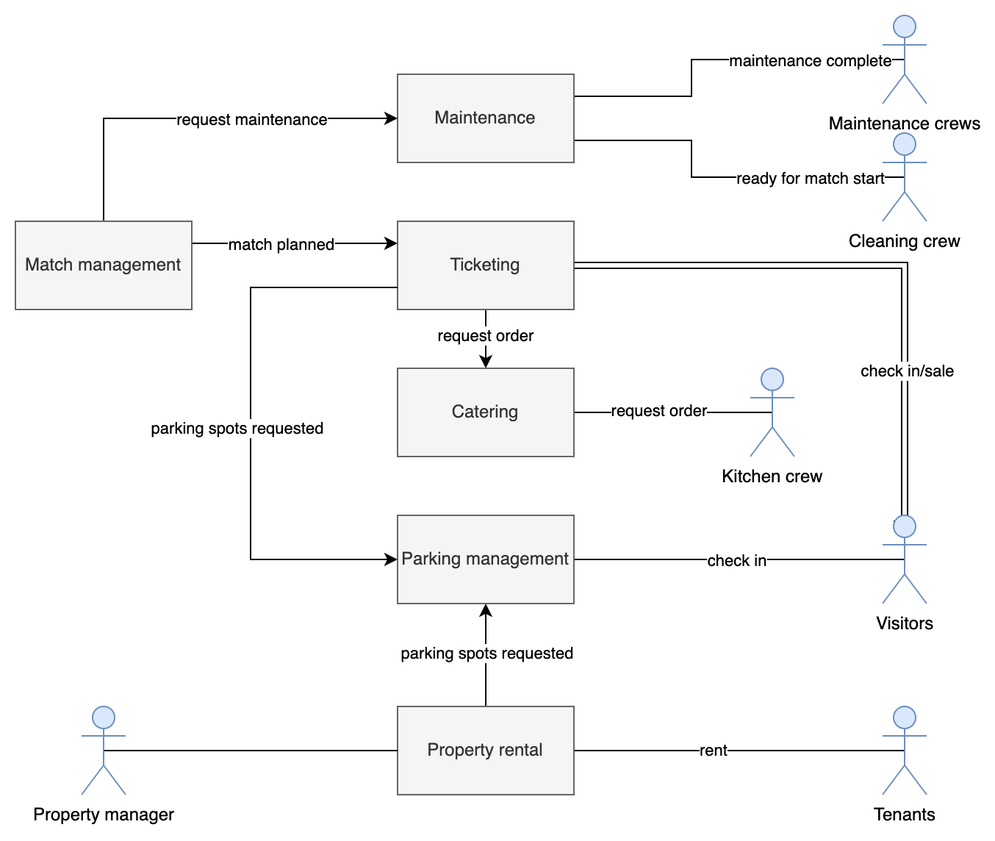
martijnmeeldijk/fc-smal keeps this draw.io diagram as service_diagram.png. Above is the earlier version. Source tidied: cells renumbered, new cells last; positions are measured from the earlier drawing's top-left corner, leaving out a move shared by most shapes.
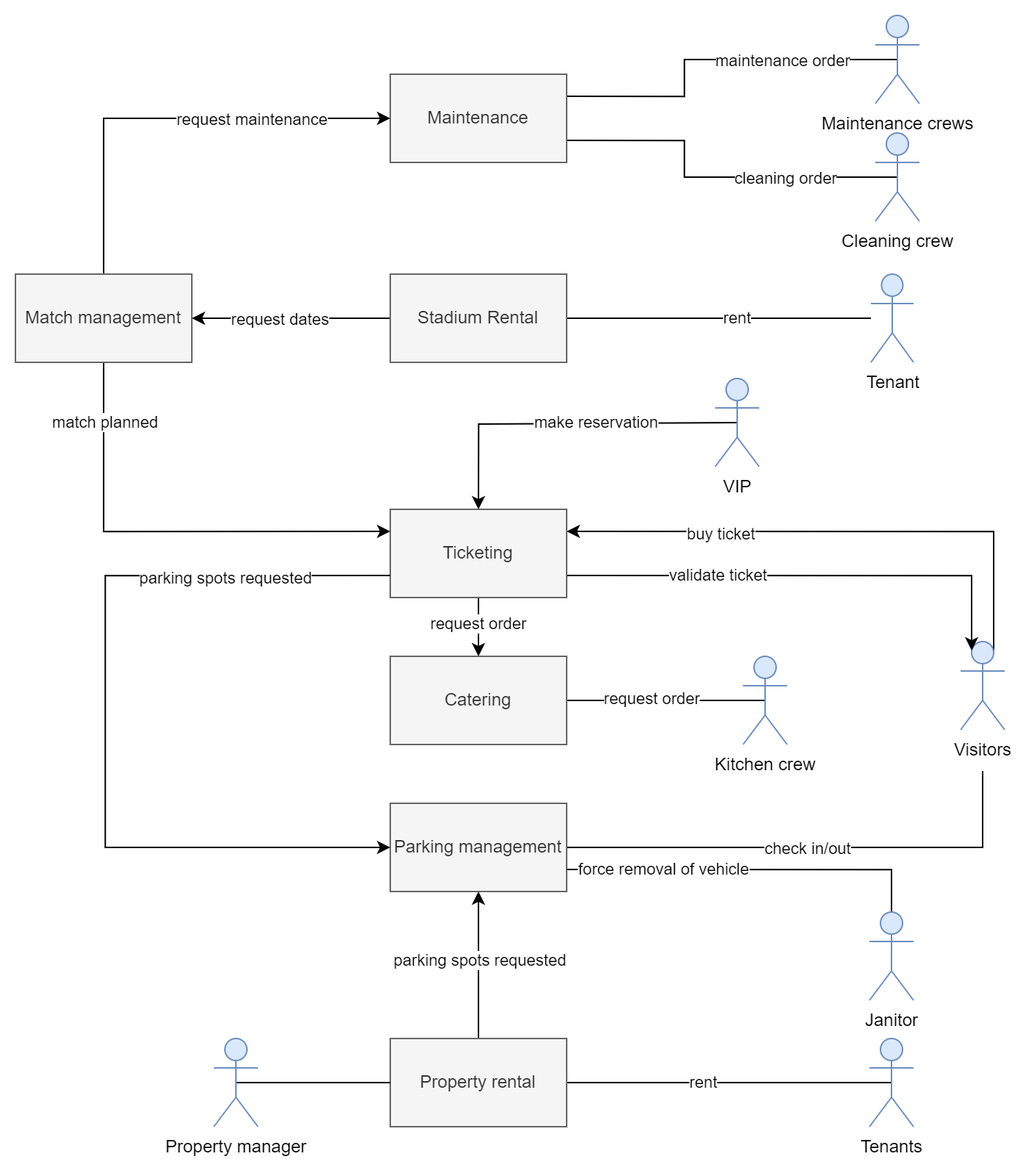
The same file after the commit.

Diff of the diagram source:
```diff
@@ -2,65 +2,63 @@
   <root>
     <mxCell id="0" />
     <mxCell id="1" parent="0" />
-    <mxCell id="2" style="edgeStyle=orthogonalEdgeStyle;rounded=0;jettySize=auto;html=1;exitX=0.25;exitY=0.1;exitDx=0;exitDy=0;exitPerimeter=0;entryX=1;entryY=0.5;entryDx=0;entryDy=0;endArrow=none;endFill=0;shape=link;" parent="1" edge="1" source="6" target="22">
-      <mxGeometry relative="1" as="geometry">
-        <Array as="points">
-          <mxPoint x="605" y="346" />
-          <mxPoint x="605" y="170" />
-        </Array>
-      </mxGeometry>
-    </mxCell>
-    <mxCell id="3" value="check in/sale" style="edgeLabel;html=1;align=center;verticalAlign=middle;" parent="2" vertex="1">
-      <mxGeometry x="-0.45" relative="1" as="geometry">
-        <mxPoint x="1" as="offset" />
-      </mxGeometry>
-    </mxCell>
-    <mxCell id="4" style="edgeStyle=orthogonalEdgeStyle;rounded=0;jettySize=auto;html=1;exitX=0.5;exitY=0.5;exitDx=0;exitDy=0;exitPerimeter=0;entryX=1;entryY=0.5;entryDx=0;entryDy=0;endArrow=none;endFill=0;" parent="1" edge="1" source="6" target="16">
+    <mxCell id="4" style="edgeStyle=orthogonalEdgeStyle;rounded=0;jettySize=auto;html=1;entryX=1;entryY=0.5;entryDx=0;entryDy=0;endArrow=none;endFill=0;" parent="1" edge="1" target="16">
       <mxGeometry relative="1" as="geometry">
+        <mxPoint x="663" y="186" as="sourcePoint" />
         <Array as="points">
-          <mxPoint x="605" y="370" />
+          <mxPoint x="663" y="238" />
         </Array>
       </mxGeometry>
     </mxCell>
-    <mxCell id="5" value="check in" style="edgeLabel;html=1;align=center;verticalAlign=middle;" parent="4" vertex="1">
+    <mxCell id="5" value="check in/out" style="edgeLabel;html=1;align=center;verticalAlign=middle;" parent="4" vertex="1">
       <mxGeometry x="-0.39" y="-1" relative="1" as="geometry">
-        <mxPoint x="-46" y="1" as="offset" />
+        <mxPoint x="-69" y="1" as="offset" />
       </mxGeometry>
     </mxCell>
+    <mxCell id="2" style="edgeStyle=orthogonalEdgeStyle;rounded=0;jettySize=auto;html=1;exitX=0.75;exitY=0.1;exitDx=0;exitDy=0;exitPerimeter=0;entryX=1;entryY=0.25;entryDx=0;entryDy=0;" parent="1" edge="1" source="6" target="22">
+      <mxGeometry relative="1" as="geometry">
+        <Array as="points">
+          <mxPoint x="671" y="23" />
+        </Array>
+      </mxGeometry>
+    </mxCell>
+    <mxCell id="37" value="buy ticket" style="edgeLabel;html=1;align=center;verticalAlign=middle;" parent="2" vertex="1">
+      <mxGeometry x="0.44" y="1" relative="1" as="geometry" />
+    </mxCell>
     <mxCell id="6" value="Visitors" style="shape=umlActor;verticalLabelPosition=bottom;verticalAlign=top;html=1;outlineConnect=0;fillColor=#dae8fc;strokeColor=#6c8ebf;" parent="1" vertex="1">
-      <mxGeometry x="590" y="340" width="30" height="60" as="geometry" />
+      <mxGeometry x="648" y="98" width="30" height="60" as="geometry" />
     </mxCell>
     <mxCell id="7" style="edgeStyle=orthogonalEdgeStyle;rounded=0;jettySize=auto;html=1;exitX=0.5;exitY=0.5;exitDx=0;exitDy=0;exitPerimeter=0;entryX=1;entryY=0.75;entryDx=0;entryDy=0;endArrow=none;endFill=0;" parent="1" edge="1" source="9" target="23">
       <mxGeometry relative="1" as="geometry">
         <Array as="points">
-          <mxPoint x="460" y="110" />
-          <mxPoint x="460" y="85" />
+          <mxPoint x="460" y="-218" />
+          <mxPoint x="460" y="-243" />
         </Array>
       </mxGeometry>
     </mxCell>
-    <mxCell id="8" value="ready for match start" style="edgeLabel;html=1;align=center;verticalAlign=middle;" parent="7" vertex="1">
+    <mxCell id="8" value="cleaning order" style="edgeLabel;html=1;align=center;verticalAlign=middle;" parent="7" vertex="1">
       <mxGeometry x="-0.25" y="-2" relative="1" as="geometry">
-        <mxPoint x="29" y="2" as="offset" />
+        <mxPoint x="17" y="2" as="offset" />
       </mxGeometry>
     </mxCell>
     <mxCell id="9" value="Cleaning crew" style="shape=umlActor;verticalLabelPosition=bottom;verticalAlign=top;html=1;outlineConnect=0;fillColor=#dae8fc;strokeColor=#6c8ebf;" parent="1" vertex="1">
-      <mxGeometry x="590" y="80" width="30" height="60" as="geometry" />
+      <mxGeometry x="590" y="-248" width="30" height="60" as="geometry" />
     </mxCell>
     <mxCell id="10" style="edgeStyle=orthogonalEdgeStyle;rounded=0;jettySize=auto;html=1;exitX=0.5;exitY=0.5;exitDx=0;exitDy=0;exitPerimeter=0;entryX=1;entryY=0.25;entryDx=0;entryDy=0;endArrow=none;endFill=0;" parent="1" edge="1" source="12" target="23">
       <mxGeometry relative="1" as="geometry">
         <Array as="points">
-          <mxPoint x="460" y="30" />
-          <mxPoint x="460" y="55" />
+          <mxPoint x="460" y="-298" />
+          <mxPoint x="460" y="-273" />
         </Array>
       </mxGeometry>
     </mxCell>
-    <mxCell id="11" value="maintenance complete" style="edgeLabel;html=1;align=center;verticalAlign=middle;" parent="10" vertex="1">
+    <mxCell id="11" value="maintenance order" style="edgeLabel;html=1;align=center;verticalAlign=middle;" parent="10" vertex="1">
       <mxGeometry x="-0.18" y="-1" relative="1" as="geometry">
-        <mxPoint x="37" y="1" as="offset" />
+        <mxPoint x="23" y="1" as="offset" />
       </mxGeometry>
     </mxCell>
     <mxCell id="12" value="Maintenance crews" style="shape=umlActor;verticalLabelPosition=bottom;verticalAlign=top;html=1;outlineConnect=0;fillColor=#dae8fc;strokeColor=#6c8ebf;" parent="1" vertex="1">
-      <mxGeometry x="590" width="30" height="60" as="geometry" />
+      <mxGeometry x="590" y="-328" width="30" height="60" as="geometry" />
     </mxCell>
     <mxCell id="13" style="edgeStyle=orthogonalEdgeStyle;rounded=0;jettySize=auto;html=1;exitX=0.5;exitY=0.5;exitDx=0;exitDy=0;exitPerimeter=0;entryX=1;entryY=0.5;entryDx=0;entryDy=0;endArrow=none;endFill=0;" parent="1" edge="1" source="15" target="19">
       <mxGeometry relative="1" as="geometry" />
@@ -69,10 +67,10 @@
       <mxGeometry x="0.16" y="-1" relative="1" as="geometry" />
     </mxCell>
     <mxCell id="15" value="Tenants" style="shape=umlActor;verticalLabelPosition=bottom;verticalAlign=top;html=1;outlineConnect=0;fillColor=#dae8fc;strokeColor=#6c8ebf;" parent="1" vertex="1">
-      <mxGeometry x="590" y="470" width="30" height="60" as="geometry" />
+      <mxGeometry x="586" y="368" width="30" height="60" as="geometry" />
     </mxCell>
     <mxCell id="16" value="Parking management" style="rounded=0;whiteSpace=wrap;html=1;fillColor=#f5f5f5;fontColor=#333333;strokeColor=#666666;" parent="1" vertex="1">
-      <mxGeometry x="260" y="340" width="120" height="60" as="geometry" />
+      <mxGeometry x="260" y="208" width="120" height="60" as="geometry" />
     </mxCell>
     <mxCell id="17" style="edgeStyle=orthogonalEdgeStyle;rounded=0;jettySize=auto;html=1;exitX=0.5;exitY=0;exitDx=0;exitDy=0;entryX=0.5;entryY=1;entryDx=0;entryDy=0;endArrow=classic;endFill=1;" parent="1" edge="1" source="19" target="16">
       <mxGeometry relative="1" as="geometry" />
@@ -81,7 +79,7 @@
       <mxGeometry x="0.07" relative="1" as="geometry" />
     </mxCell>
     <mxCell id="19" value="Property rental" style="rounded=0;whiteSpace=wrap;html=1;fillColor=#f5f5f5;fontColor=#333333;strokeColor=#666666;" parent="1" vertex="1">
-      <mxGeometry x="260" y="470" width="120" height="60" as="geometry" />
+      <mxGeometry x="260" y="368" width="120" height="60" as="geometry" />
     </mxCell>
     <mxCell id="20" style="edgeStyle=orthogonalEdgeStyle;rounded=0;jettySize=auto;html=1;exitX=0.5;exitY=1;exitDx=0;exitDy=0;entryX=0.5;entryY=0;entryDx=0;entryDy=0;" parent="1" edge="1" source="22" target="33">
       <mxGeometry relative="1" as="geometry" />
@@ -89,43 +87,55 @@
     <mxCell id="21" value="request order" style="edgeLabel;html=1;align=center;verticalAlign=middle;" parent="20" vertex="1">
       <mxGeometry x="-0.15" y="-1" relative="1" as="geometry" />
     </mxCell>
+    <mxCell id="38" style="edgeStyle=orthogonalEdgeStyle;rounded=0;jettySize=auto;html=1;exitX=1;exitY=0.75;exitDx=0;exitDy=0;entryX=0.25;entryY=0.1;entryDx=0;entryDy=0;entryPerimeter=0;" parent="1" edge="1" source="22" target="6">
+      <mxGeometry relative="1" as="geometry">
+        <Array as="points">
+          <mxPoint x="656" y="53" />
+        </Array>
+      </mxGeometry>
+    </mxCell>
+    <mxCell id="39" value="validate ticket" style="edgeLabel;html=1;align=center;verticalAlign=middle;" parent="38" vertex="1">
+      <mxGeometry x="-0.49" y="3" relative="1" as="geometry">
+        <mxPoint x="19" y="2" as="offset" />
+      </mxGeometry>
+    </mxCell>
     <mxCell id="22" value="Ticketing" style="rounded=0;whiteSpace=wrap;html=1;fillColor=#f5f5f5;fontColor=#333333;strokeColor=#666666;" parent="1" vertex="1">
-      <mxGeometry x="260" y="140" width="120" height="60" as="geometry" />
+      <mxGeometry x="260" y="8" width="120" height="60" as="geometry" />
     </mxCell>
     <mxCell id="23" value="Maintenance" style="rounded=0;whiteSpace=wrap;html=1;fillColor=#f5f5f5;fontColor=#333333;strokeColor=#666666;" parent="1" vertex="1">
-      <mxGeometry x="260" y="40" width="120" height="60" as="geometry" />
+      <mxGeometry x="260" y="-288" width="120" height="60" as="geometry" />
     </mxCell>
     <mxCell id="24" style="edgeStyle=orthogonalEdgeStyle;rounded=0;jettySize=auto;html=1;exitX=0.5;exitY=0;exitDx=0;exitDy=0;entryX=0;entryY=0.5;entryDx=0;entryDy=0;endArrow=classic;endFill=1;" parent="1" edge="1" source="30" target="23">
       <mxGeometry relative="1" as="geometry" />
     </mxCell>
     <mxCell id="25" value="request maintenance" style="edgeLabel;html=1;align=center;verticalAlign=middle;" parent="24" vertex="1">
       <mxGeometry x="0.03" y="3" relative="1" as="geometry">
-        <mxPoint x="31" y="3" as="offset" />
+        <mxPoint x="51" y="3" as="offset" />
       </mxGeometry>
     </mxCell>
-    <mxCell id="26" style="edgeStyle=orthogonalEdgeStyle;rounded=0;jettySize=auto;html=1;exitX=1;exitY=0.25;exitDx=0;exitDy=0;entryX=0;entryY=0.25;entryDx=0;entryDy=0;endArrow=classic;endFill=1;" parent="1" edge="1" source="30" target="22">
+    <mxCell id="26" style="edgeStyle=orthogonalEdgeStyle;rounded=0;jettySize=auto;html=1;exitX=0.5;exitY=1;exitDx=0;exitDy=0;entryX=0;entryY=0.25;entryDx=0;entryDy=0;endArrow=classic;endFill=1;" parent="1" edge="1" source="30" target="22">
       <mxGeometry relative="1" as="geometry" />
     </mxCell>
     <mxCell id="27" value="match planned" style="edgeLabel;html=1;align=center;verticalAlign=middle;" parent="26" vertex="1">
       <mxGeometry x="-0.49" y="2" relative="1" as="geometry">
-        <mxPoint x="24" y="2" as="offset" />
+        <mxPoint x="-2" y="-40" as="offset" />
       </mxGeometry>
     </mxCell>
     <mxCell id="28" style="edgeStyle=orthogonalEdgeStyle;rounded=0;jettySize=auto;html=1;exitX=0;exitY=0.75;exitDx=0;exitDy=0;entryX=0;entryY=0.5;entryDx=0;entryDy=0;endArrow=classic;endFill=1;" parent="1" edge="1" source="22" target="16">
       <mxGeometry relative="1" as="geometry">
         <Array as="points">
-          <mxPoint x="160" y="185" />
-          <mxPoint x="160" y="370" />
+          <mxPoint x="66" y="53" />
+          <mxPoint x="66" y="238" />
         </Array>
       </mxGeometry>
     </mxCell>
     <mxCell id="29" value="parking spots requested" style="edgeLabel;html=1;align=center;verticalAlign=middle;" parent="28" vertex="1">
       <mxGeometry x="0.19" y="2" relative="1" as="geometry">
-        <mxPoint x="-12" y="-34" as="offset" />
+        <mxPoint x="79" y="-146" as="offset" />
       </mxGeometry>
     </mxCell>
     <mxCell id="30" value="Match management" style="rounded=0;whiteSpace=wrap;html=1;fillColor=#f5f5f5;fontColor=#333333;strokeColor=#666666;" parent="1" vertex="1">
-      <mxGeometry y="140" width="120" height="60" as="geometry" />
+      <mxGeometry x="5" y="-152" width="120" height="60" as="geometry" />
     </mxCell>
     <mxCell id="31" style="edgeStyle=orthogonalEdgeStyle;rounded=0;jettySize=auto;html=1;exitX=1;exitY=0.5;exitDx=0;exitDy=0;entryX=0.5;entryY=0.5;entryDx=0;entryDy=0;entryPerimeter=0;endArrow=none;endFill=0;" parent="1" edge="1" source="33" target="34">
       <mxGeometry relative="1" as="geometry" />
@@ -134,16 +144,65 @@
       <mxGeometry x="-0.16" y="2" relative="1" as="geometry" />
     </mxCell>
     <mxCell id="33" value="Catering" style="rounded=0;whiteSpace=wrap;html=1;fillColor=#f5f5f5;fontColor=#333333;strokeColor=#666666;" parent="1" vertex="1">
-      <mxGeometry x="260" y="240" width="120" height="60" as="geometry" />
+      <mxGeometry x="260" y="108" width="120" height="60" as="geometry" />
     </mxCell>
     <mxCell id="34" value="Kitchen crew" style="shape=umlActor;verticalLabelPosition=bottom;verticalAlign=top;html=1;outlineConnect=0;fillColor=#dae8fc;strokeColor=#6c8ebf;" parent="1" vertex="1">
-      <mxGeometry x="500" y="240" width="30" height="60" as="geometry" />
+      <mxGeometry x="500" y="108" width="30" height="60" as="geometry" />
     </mxCell>
     <mxCell id="35" style="edgeStyle=orthogonalEdgeStyle;rounded=0;jettySize=auto;html=1;exitX=0.5;exitY=0.5;exitDx=0;exitDy=0;exitPerimeter=0;entryX=0;entryY=0.5;entryDx=0;entryDy=0;endArrow=none;endFill=0;" parent="1" edge="1" source="36" target="19">
       <mxGeometry relative="1" as="geometry" />
     </mxCell>
     <mxCell id="36" value="Property manager" style="shape=umlActor;verticalLabelPosition=bottom;verticalAlign=top;html=1;outlineConnect=0;fillColor=#dae8fc;strokeColor=#6c8ebf;" parent="1" vertex="1">
-      <mxGeometry x="45" y="470" width="30" height="60" as="geometry" />
+      <mxGeometry x="140" y="368" width="30" height="60" as="geometry" />
     </mxCell>
+    <mxCell id="40" style="edgeStyle=orthogonalEdgeStyle;rounded=0;jettySize=auto;html=1;exitX=1;exitY=0.5;exitDx=0;exitDy=0;endArrow=none;endFill=0;" parent="1" edge="1" source="44" target="45">
+      <mxGeometry relative="1" as="geometry" />
+    </mxCell>
+    <mxCell id="41" value="rent" style="edgeLabel;html=1;align=center;verticalAlign=middle;" parent="40" vertex="1">
+      <mxGeometry x="0.11" y="1" relative="1" as="geometry" />
+    </mxCell>
+    <mxCell id="42" style="edgeStyle=orthogonalEdgeStyle;rounded=0;jettySize=auto;html=1;exitX=0;exitY=0.5;exitDx=0;exitDy=0;entryX=1;entryY=0.5;entryDx=0;entryDy=0;endArrow=classic;endFill=1;" parent="1" edge="1" source="44" target="30">
+      <mxGeometry relative="1" as="geometry" />
+    </mxCell>
+    <mxCell id="43" value="request dates" style="edgeLabel;html=1;align=center;verticalAlign=middle;" parent="42" vertex="1">
+      <mxGeometry x="0.28" y="2" relative="1" as="geometry">
+        <mxPoint x="10" y="-2" as="offset" />
+      </mxGeometry>
+    </mxCell>
+    <mxCell id="44" value="Stadium Rental" style="rounded=0;whiteSpace=wrap;html=1;fillColor=#f5f5f5;fontColor=#333333;strokeColor=#666666;" parent="1" vertex="1">
+      <mxGeometry x="260" y="-152" width="120" height="60" as="geometry" />
+    </mxCell>
+    <mxCell id="45" value="Tenant" style="shape=umlActor;verticalLabelPosition=bottom;verticalAlign=top;html=1;outlineConnect=0;fillColor=#dae8fc;strokeColor=#6c8ebf;" parent="1" vertex="1">
+      <mxGeometry x="587" y="-152" width="29" height="60" as="geometry" />
+    </mxCell>
+    <mxCell id="46" style="edgeStyle=orthogonalEdgeStyle;rounded=0;jettySize=auto;html=1;exitX=0.5;exitY=0;exitDx=0;exitDy=0;exitPerimeter=0;entryX=1;entryY=0.75;entryDx=0;entryDy=0;endArrow=none;endFill=0;" parent="1" edge="1" source="48" target="16">
+      <mxGeometry relative="1" as="geometry">
+        <Array as="points">
+          <mxPoint x="601" y="253" />
+        </Array>
+      </mxGeometry>
+    </mxCell>
+    <mxCell id="47" value="force removal of vehicle" style="edgeLabel;html=1;align=center;verticalAlign=middle;" parent="46" vertex="1">
+      <mxGeometry x="0.48" y="-1" relative="1" as="geometry" />
+    </mxCell>
+    <mxCell id="48" value="Janitor" style="shape=umlActor;verticalLabelPosition=bottom;verticalAlign=top;html=1;outlineConnect=0;fillColor=#dae8fc;strokeColor=#6c8ebf;" parent="1" vertex="1">
+      <mxGeometry x="586" y="282" width="30" height="60" as="geometry" />
+    </mxCell>
+    <mxCell id="49" style="edgeStyle=orthogonalEdgeStyle;rounded=0;jettySize=auto;html=1;exitX=0.5;exitY=0.5;exitDx=0;exitDy=0;exitPerimeter=0;entryX=0.5;entryY=0;entryDx=0;entryDy=0;endArrow=classic;endFill=1;" parent="1" edge="1" source="51" target="22">
+      <mxGeometry relative="1" as="geometry">
+        <Array as="points">
+          <mxPoint x="496" y="-50" />
+          <mxPoint x="320" y="-50" />
+        </Array>
+      </mxGeometry>
+    </mxCell>
+    <mxCell id="50" value="make reservation" style="edgeLabel;html=1;align=center;verticalAlign=middle;" parent="49" vertex="1">
+      <mxGeometry x="0.07" y="1" relative="1" as="geometry">
+        <mxPoint x="28" y="-2" as="offset" />
+      </mxGeometry>
+    </mxCell>
+    <mxCell id="51" value="VIP" style="shape=umlActor;verticalLabelPosition=bottom;verticalAlign=top;html=1;outlineConnect=0;fillColor=#dae8fc;strokeColor=#6c8ebf;" parent="1" vertex="1">
+      <mxGeometry x="481" y="-81" width="30" height="60" as="geometry" />
+    </mxCell>
   </root>
 </mxGraphModel>
```
